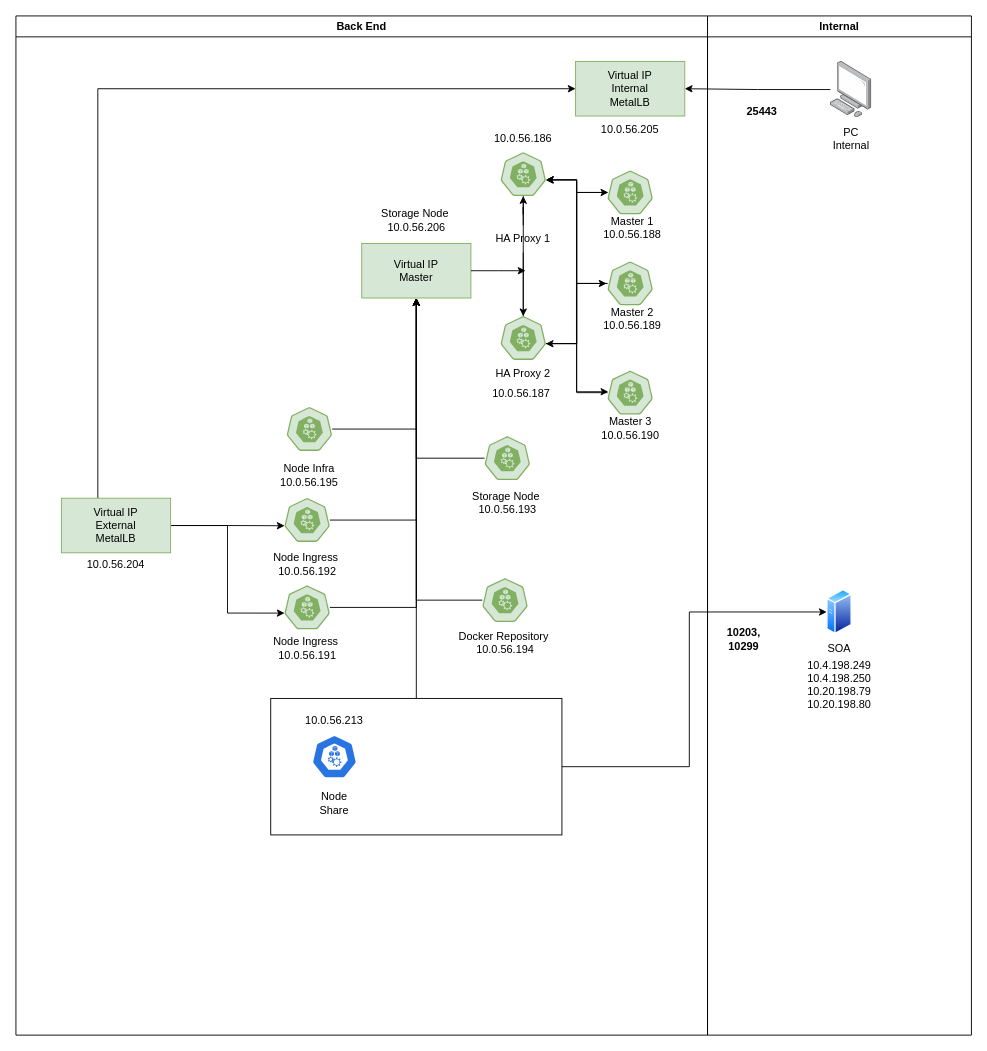
This is Untitled Diagram.drawio from AndiLiwantoroSusanto/andiliewantorosusanto.github.io, a draw.io file, before an edit. Source tidied: cells renumbered, new cells numbered last; positions are measured from the earlier drawing's top-left corner, leaving out a move shared by most shapes. Both pictures are drawn from the tidied source at 91%, with x=0, y=0 at pixel (15, 15).
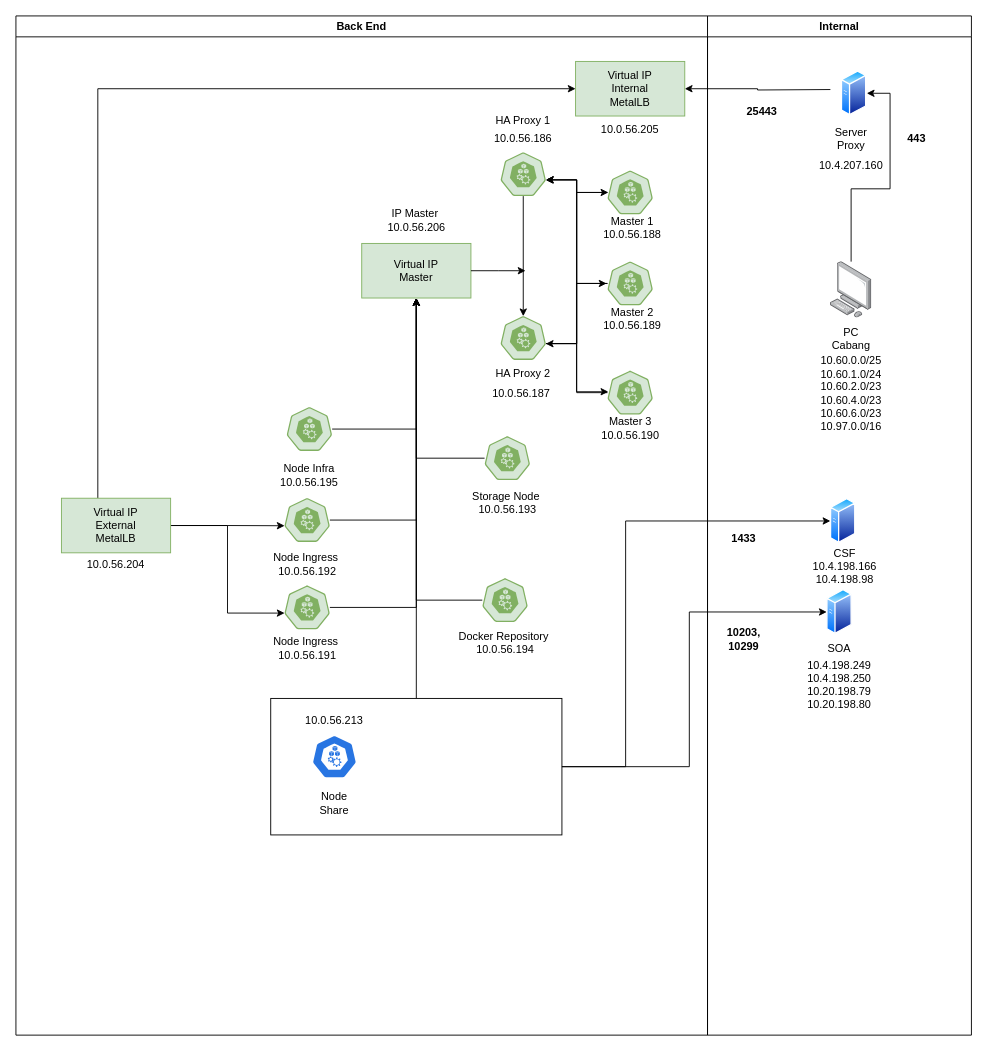
The same page after the edit.

Unchanged cells that the change refers to:
```xml
<mxCell id="2" value="Back End" style="swimlane;" parent="1" vertex="1">
  <mxGeometry width="760" height="1120" as="geometry" />
</mxCell>
<mxCell id="4" style="rounded=0;whiteSpace=wrap;html=1;" parent="2" vertex="1">
  <mxGeometry x="280" y="750" width="320" height="150" as="geometry" />
</mxCell>
<mxCell id="21" value="Virtual IP&lt;br&gt;Internal&lt;br&gt;MetalLB" style="rounded=0;whiteSpace=wrap;html=1;strokeColor=#81b062;fillColor=#d6e7d6;" parent="2" vertex="1">
  <mxGeometry x="615" y="50" width="120" height="60" as="geometry" />
</mxCell>
<mxCell id="31" style="sketch=0;html=1;dashed=0;whitespace=wrap;fillColor=#d6e7d6;strokeColor=#81b062;points=[[0.005,0.63,0],[0.1,0.2,0],[0.9,0.2,0],[0.5,0,0],[0.995,0.63,0],[0.72,0.99,0],[0.5,1,0],[0.28,0.99,0]];shape=mxgraph.kubernetes.icon;prIcon=node;" parent="2" vertex="1">
  <mxGeometry x="532.5" y="150" width="50" height="48" as="geometry" />
</mxCell>
<mxCell id="36" style="sketch=0;html=1;dashed=0;whitespace=wrap;fillColor=#d6e7d6;strokeColor=#81b062;points=[[0.005,0.63,0],[0.1,0.2,0],[0.9,0.2,0],[0.5,0,0],[0.995,0.63,0],[0.72,0.99,0],[0.5,1,0],[0.28,0.99,0]];shape=mxgraph.kubernetes.icon;prIcon=node;" parent="2" vertex="1">
  <mxGeometry x="532.5" y="330" width="50" height="48" as="geometry" />
</mxCell>
<mxCell id="55" value="Internal" style="swimlane;" parent="1" vertex="1">
  <mxGeometry x="760" width="290" height="1120" as="geometry" />
</mxCell>
```

The edit, as a diff of the source:
```diff
@@
-    <mxCell id="32" style="edgeStyle=orthogonalEdgeStyle;rounded=0;jettySize=auto;html=1;startArrow=none;" parent="2" edge="1" source="46" target="31">
-      <mxGeometry relative="1" as="geometry" />
-    </mxCell>
@@
-    <mxCell id="44" value="Storage Node&amp;nbsp;&lt;br&gt;10.0.56.206" style="text;html=1;strokeColor=none;fillColor=none;align=center;verticalAlign=middle;whiteSpace=wrap;rounded=0;" parent="2" vertex="1">
+    <mxCell id="44" value="IP Master&amp;nbsp;&lt;br&gt;10.0.56.206" style="text;html=1;strokeColor=none;fillColor=none;align=center;verticalAlign=middle;whiteSpace=wrap;rounded=0;" parent="2" vertex="1">
       <mxGeometry x="392.5" y="210" width="95" height="30" as="geometry" />
     </mxCell>
@@
     <mxCell id="46" value="HA Proxy 1" style="text;html=1;strokeColor=none;fillColor=none;align=center;verticalAlign=middle;whiteSpace=wrap;rounded=0;" parent="2" vertex="1">
-      <mxGeometry x="525" y="230" width="65" height="30" as="geometry" />
+      <mxGeometry x="525" y="100" width="65" height="30" as="geometry" />
     </mxCell>
-    <mxCell id="47" style="edgeStyle=orthogonalEdgeStyle;rounded=0;jettySize=auto;html=1;endArrow=none;" parent="2" edge="1" source="36" target="46">
-      <mxGeometry relative="1" as="geometry" />
-    </mxCell>
@@
-    <mxCell id="58" style="points=[];html=1;align=center;shadow=0;dashed=0;image;image=img/lib/allied_telesis/computer_and_terminals/Personal_Computer.svg;" parent="55" vertex="1">
-      <mxGeometry x="135" y="50" width="45.6" height="61.8" as="geometry" />
-    </mxCell>
@@
-    <mxCell id="61" value="PC Internal" style="text;html=1;strokeColor=none;fillColor=none;align=center;verticalAlign=middle;whiteSpace=wrap;rounded=0;" parent="55" vertex="1">
+    <mxCell id="61" value="Server Proxy" style="text;html=1;strokeColor=none;fillColor=none;align=center;verticalAlign=middle;whiteSpace=wrap;rounded=0;" parent="55" vertex="1">
       <mxGeometry x="127.8" y="120" width="60" height="30" as="geometry" />
     </mxCell>
@@
+    <mxCell id="66" value="10.4.207.160" style="text;html=1;strokeColor=none;fillColor=none;align=center;verticalAlign=middle;whiteSpace=wrap;rounded=0;" parent="55" vertex="1">
+      <mxGeometry x="127.8" y="150" width="60" height="30" as="geometry" />
+    </mxCell>
+    <mxCell id="67" style="edgeStyle=orthogonalEdgeStyle;rounded=0;jettySize=auto;html=1;entryX=1;entryY=0.5;entryDx=0;entryDy=0;" parent="55" edge="1" source="68" target="70">
+      <mxGeometry relative="1" as="geometry" />
+    </mxCell>
+    <mxCell id="68" style="points=[];html=1;align=center;shadow=0;dashed=0;image;image=img/lib/allied_telesis/computer_and_terminals/Personal_Computer.svg;" parent="55" vertex="1">
+      <mxGeometry x="135" y="270" width="45.6" height="61.8" as="geometry" />
+    </mxCell>
+    <mxCell id="69" value="PC Cabang" style="text;html=1;strokeColor=none;fillColor=none;align=center;verticalAlign=middle;whiteSpace=wrap;rounded=0;" parent="55" vertex="1">
+      <mxGeometry x="127.8" y="340" width="60" height="30" as="geometry" />
+    </mxCell>
+    <mxCell id="70" style="perimeter=ellipsePerimeter;html=1;align=center;shadow=0;dashed=0;spacingTop=3;image;image=img/lib/active_directory/generic_server.svg;" parent="55" vertex="1">
+      <mxGeometry x="147" y="60" width="28" height="50" as="geometry" />
+    </mxCell>
+    <mxCell id="71" value="10.60.0.0/25&lt;br&gt;10.60.1.0/24&lt;br&gt;10.60.2.0/23&lt;br&gt;10.60.4.0/23&lt;br&gt;10.60.6.0/23&lt;br&gt;10.97.0.0/16" style="text;html=1;strokeColor=none;fillColor=none;align=center;verticalAlign=middle;whiteSpace=wrap;rounded=0;" parent="55" vertex="1">
+      <mxGeometry x="127.8" y="400" width="60" height="30" as="geometry" />
+    </mxCell>
+    <mxCell id="72" value="443" style="text;html=1;strokeColor=none;fillColor=none;align=center;verticalAlign=middle;whiteSpace=wrap;rounded=0;fontStyle=1;" parent="55" vertex="1">
+      <mxGeometry x="200" y="120" width="60" height="30" as="geometry" />
+    </mxCell>
+    <mxCell id="73" style="perimeter=ellipsePerimeter;html=1;align=center;shadow=0;dashed=0;spacingTop=3;image;image=img/lib/active_directory/generic_server.svg;" parent="55" vertex="1">
+      <mxGeometry x="135" y="530" width="28" height="50" as="geometry" />
+    </mxCell>
+    <mxCell id="74" value="&lt;div style=&quot;&quot;&gt;&lt;span style=&quot;background-color: initial;&quot;&gt;CSF&lt;br&gt;10.4.198.166&lt;/span&gt;&lt;/div&gt;&lt;div style=&quot;&quot;&gt;&lt;span style=&quot;background-color: initial;&quot;&gt;10.4.198.98&lt;br&gt;&lt;/span&gt;&lt;/div&gt;" style="text;html=1;strokeColor=none;fillColor=none;align=center;verticalAlign=middle;whiteSpace=wrap;rounded=0;" parent="55" vertex="1">
+      <mxGeometry x="120.6" y="590" width="60" height="30" as="geometry" />
+    </mxCell>
+    <mxCell id="75" value="1433" style="text;html=1;strokeColor=none;fillColor=none;align=center;verticalAlign=middle;whiteSpace=wrap;rounded=0;fontStyle=1;" parent="55" vertex="1">
+      <mxGeometry x="10" y="560" width="60" height="30" as="geometry" />
+    </mxCell>
@@
-    <mxCell id="65" style="edgeStyle=orthogonalEdgeStyle;rounded=0;jettySize=auto;html=1;" parent="1" edge="1" source="58" target="21">
-      <mxGeometry relative="1" as="geometry" />
+    <mxCell id="65" style="edgeStyle=orthogonalEdgeStyle;rounded=0;jettySize=auto;html=1;" parent="1" edge="1" target="21">
+      <mxGeometry relative="1" as="geometry">
+        <mxPoint x="895" y="80.9" as="sourcePoint" />
+      </mxGeometry>
     </mxCell>
+    <mxCell id="76" style="edgeStyle=orthogonalEdgeStyle;rounded=0;jettySize=auto;html=1;entryX=0;entryY=0.5;entryDx=0;entryDy=0;" parent="1" edge="1" source="4" target="73">
+      <mxGeometry relative="1" as="geometry">
+        <Array as="points">
+          <mxPoint x="670" y="825" />
+          <mxPoint x="670" y="555" />
+        </Array>
+      </mxGeometry>
+    </mxCell>
```
